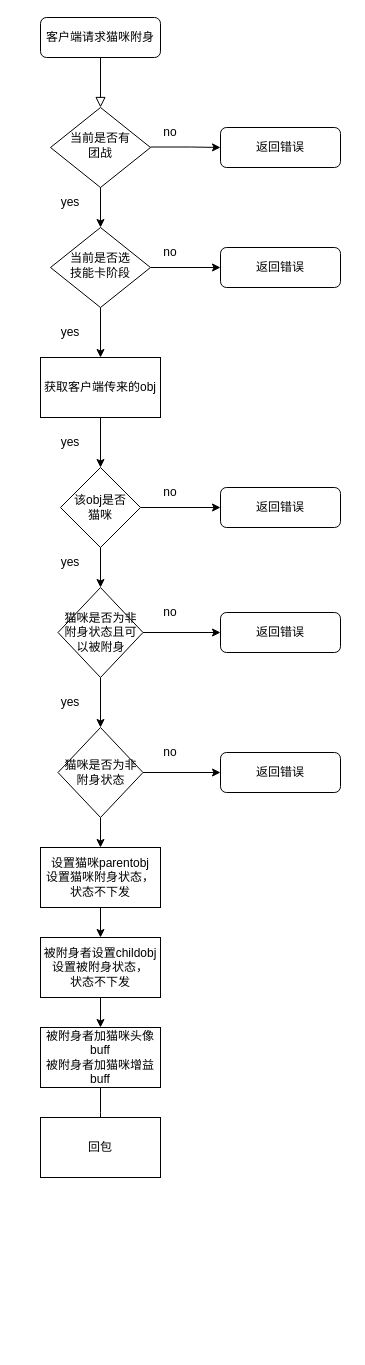
Earlier version of the draw.io diagram Untitled Diagram.drawio (bbdLe/tools). Source tidied: cells renumbered, new cells numbered last; positions are measured from the earlier drawing's top-left corner, leaving out a move shared by most shapes. Both pictures are drawn from the tidied source at 100%, with x=0, y=0 at pixel (40, 17).
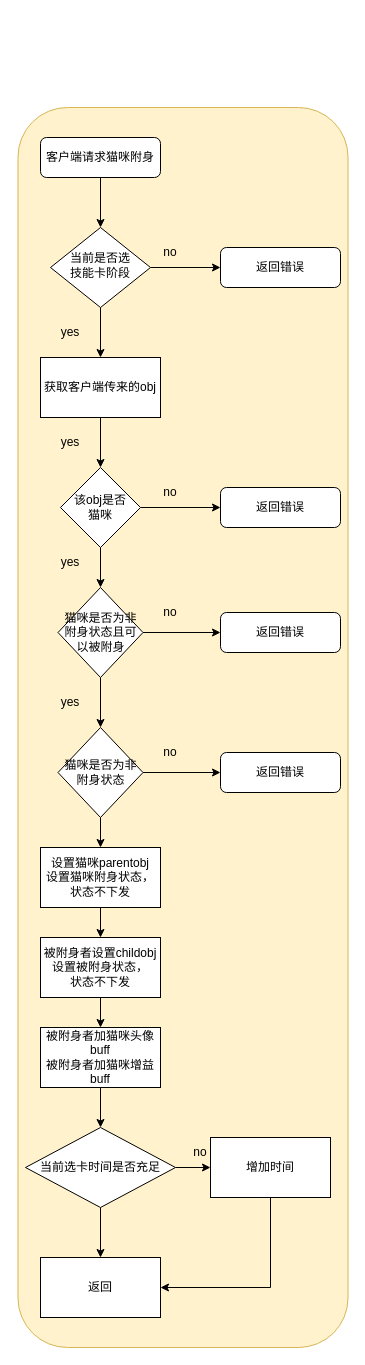
After the change.

Unchanged cells that the change refers to:
```xml
<mxCell id="8" value="当前是否选&lt;br&gt;技能卡阶段" style="rhombus;whiteSpace=wrap;html=1;shadow=0;fontFamily=Helvetica;fontSize=12;align=center;strokeWidth=1;spacing=6;spacingTop=-4;" parent="1" vertex="1">
  <mxGeometry x="10" y="210" width="100" height="80" as="geometry" />
</mxCell>
<mxCell id="41" value="被附身者加猫咪头像buff&lt;br&gt;被附身者加猫咪增益buff" style="rounded=0;whiteSpace=wrap;html=1;" parent="1" vertex="1">
  <mxGeometry y="1010" width="120" height="60" as="geometry" />
</mxCell>
```

Change to the diagram source:
```diff
@@
-    <mxCell id="2" style="rounded=0;html=1;jettySize=auto;fontSize=11;endArrow=block;endFill=0;endSize=8;strokeWidth=1;shadow=0;labelBackgroundColor=none;edgeStyle=orthogonalEdgeStyle;" parent="1" edge="1" source="3" target="4">
-      <mxGeometry relative="1" as="geometry" />
-    </mxCell>
+    <mxCell id="43" style="rounded=1;whiteSpace=wrap;html=1;fillColor=#fff2cc;strokeColor=#d6b656;" parent="1" vertex="1">
+      <mxGeometry x="-22.5" y="90" width="330" height="1240" as="geometry" />
+    </mxCell>
     <mxCell id="3" value="客户端请求猫咪附身" style="rounded=1;whiteSpace=wrap;html=1;fontSize=12;glass=0;strokeWidth=1;shadow=0;" parent="1" vertex="1">
-      <mxGeometry width="120" height="40" as="geometry" />
+      <mxGeometry y="120" width="120" height="40" as="geometry" />
     </mxCell>
-    <mxCell id="4" value="当前是否有&lt;br&gt;团战" style="rhombus;whiteSpace=wrap;html=1;shadow=0;fontFamily=Helvetica;fontSize=12;align=center;strokeWidth=1;spacing=6;spacingTop=-4;" parent="1" vertex="1">
-      <mxGeometry x="10" y="90" width="100" height="80" as="geometry" />
-    </mxCell>
-    <mxCell id="5" value="返回错误" style="rounded=1;whiteSpace=wrap;html=1;fontSize=12;glass=0;strokeWidth=1;shadow=0;" parent="1" vertex="1">
-      <mxGeometry x="180" y="110" width="120" height="40" as="geometry" />
-    </mxCell>
@@
-    <mxCell id="10" value="yes" style="text;html=1;strokeColor=none;fillColor=none;align=center;verticalAlign=middle;whiteSpace=wrap;rounded=0;" parent="1" vertex="1">
-      <mxGeometry y="170" width="60" height="30" as="geometry" />
-    </mxCell>
-    <mxCell id="11" style="endArrow=classic;html=1;rounded=0;entryX=0;entryY=0.5;entryDx=0;entryDy=0;" parent="1" edge="1" target="5">
-      <mxGeometry relative="1" as="geometry">
-        <mxPoint x="110" y="129.5" as="sourcePoint" />
-        <Array as="points">
-          <mxPoint x="150" y="129.5" />
-        </Array>
-      </mxGeometry>
-    </mxCell>
-    <mxCell id="12" value="no" style="text;html=1;strokeColor=none;fillColor=none;align=center;verticalAlign=middle;whiteSpace=wrap;rounded=0;" parent="1" vertex="1">
-      <mxGeometry x="100" y="100" width="60" height="30" as="geometry" />
-    </mxCell>
-    <mxCell id="13" style="endArrow=classic;html=1;rounded=0;entryX=0.5;entryY=0;entryDx=0;entryDy=0;" parent="1" edge="1" target="8">
-      <mxGeometry relative="1" as="geometry">
-        <mxPoint x="60" y="170" as="sourcePoint" />
-      </mxGeometry>
+    <mxCell id="13" style="endArrow=classic;html=1;rounded=0;entryX=0.5;entryY=0;entryDx=0;entryDy=0;exitX=0.5;exitY=1;exitDx=0;exitDy=0;" parent="1" edge="1" source="3" target="8">
+      <mxGeometry relative="1" as="geometry" />
     </mxCell>
@@
-    <mxCell id="40" style="edgeStyle=orthogonalEdgeStyle;rounded=0;jettySize=auto;html=1;exitX=0.5;exitY=1;exitDx=0;exitDy=0;" parent="1" edge="1" source="41">
-      <mxGeometry relative="1" as="geometry">
-        <mxPoint x="60" y="1120" as="targetPoint" />
-      </mxGeometry>
+    <mxCell id="40" style="edgeStyle=orthogonalEdgeStyle;rounded=0;jettySize=auto;html=1;exitX=0.5;exitY=1;exitDx=0;exitDy=0;entryX=0.5;entryY=0;entryDx=0;entryDy=0;" parent="1" edge="1" source="41" target="46">
+      <mxGeometry relative="1" as="geometry" />
     </mxCell>
@@
-    <mxCell id="42" value="回包" style="rounded=0;whiteSpace=wrap;html=1;" parent="1" vertex="1">
-      <mxGeometry y="1100" width="120" height="60" as="geometry" />
-    </mxCell>
+    <mxCell id="44" style="edgeStyle=orthogonalEdgeStyle;rounded=0;jettySize=auto;html=1;exitX=1;exitY=0.5;exitDx=0;exitDy=0;entryX=0;entryY=0.5;entryDx=0;entryDy=0;" parent="1" edge="1" source="46" target="48">
+      <mxGeometry relative="1" as="geometry" />
+    </mxCell>
+    <mxCell id="45" style="edgeStyle=orthogonalEdgeStyle;rounded=0;jettySize=auto;html=1;" parent="1" edge="1" source="46" target="49">
+      <mxGeometry relative="1" as="geometry" />
+    </mxCell>
+    <mxCell id="46" value="当前选卡时间是否充足" style="rhombus;whiteSpace=wrap;html=1;" parent="1" vertex="1">
+      <mxGeometry x="-15" y="1110" width="150" height="80" as="geometry" />
+    </mxCell>
+    <mxCell id="47" style="edgeStyle=orthogonalEdgeStyle;rounded=0;jettySize=auto;html=1;exitX=0.5;exitY=1;exitDx=0;exitDy=0;entryX=1;entryY=0.5;entryDx=0;entryDy=0;" parent="1" edge="1" source="48" target="49">
+      <mxGeometry relative="1" as="geometry" />
+    </mxCell>
+    <mxCell id="48" value="增加时间" style="rounded=0;whiteSpace=wrap;html=1;" parent="1" vertex="1">
+      <mxGeometry x="170" y="1120" width="120" height="60" as="geometry" />
+    </mxCell>
+    <mxCell id="12" value="no" style="text;html=1;strokeColor=none;fillColor=none;align=center;verticalAlign=middle;whiteSpace=wrap;rounded=0;" parent="1" vertex="1">
+      <mxGeometry x="130" y="1120" width="60" height="30" as="geometry" />
+    </mxCell>
+    <mxCell id="49" value="返回" style="whiteSpace=wrap;html=1;" parent="1" vertex="1">
+      <mxGeometry y="1240" width="120" height="60" as="geometry" />
+    </mxCell>
```
